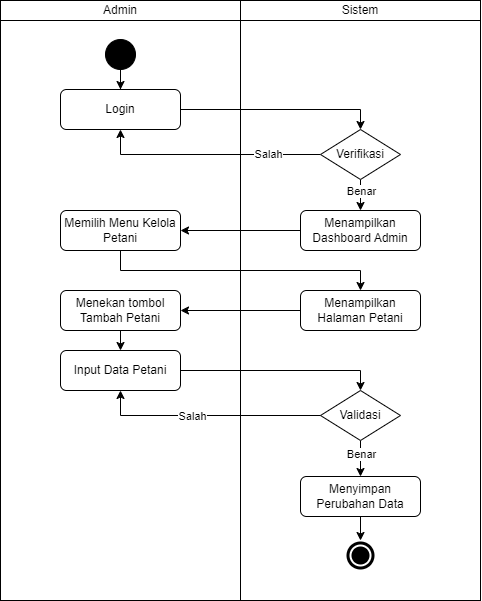
Earlier version of the draw.io export docs/activity-diagram/farmers/create-farmer.drawio.png (mitra-agro-usaha-perkebunan/maup-app-docs). Source tidied: cells renumbered, new cells last; positions are measured from the earlier drawing's top-left corner, leaving out a move shared by most shapes.
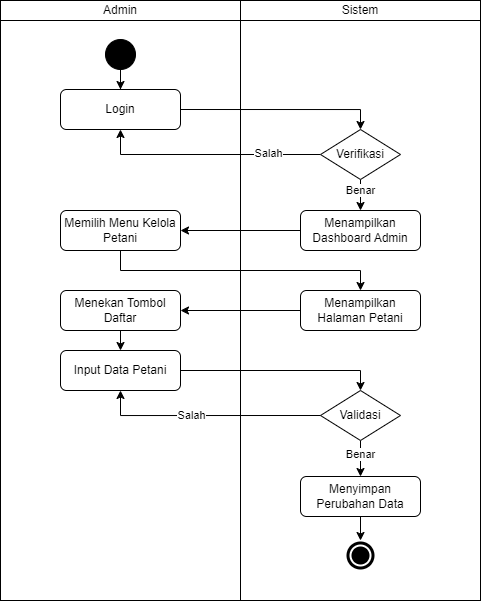
After the change.

Commit message:
docs: create activity diagram famer land

What changed in the source:
```diff
@@ -43,7 +43,7 @@
     <mxCell id="13" value="Menampilkan Dashboard Admin" style="rounded=1;whiteSpace=wrap;html=1;" parent="1" vertex="1">
       <mxGeometry x="300" y="210" width="120" height="40" as="geometry" />
     </mxCell>
-    <mxCell id="14" value="Menekan tombol Tambah Petani" style="rounded=1;whiteSpace=wrap;html=1;" parent="1" vertex="1">
+    <mxCell id="14" value="Menekan Tombol Daftar" style="rounded=1;whiteSpace=wrap;html=1;" parent="1" vertex="1">
       <mxGeometry x="60" y="290" width="120" height="40" as="geometry" />
     </mxCell>
     <mxCell id="15" style="edgeStyle=orthogonalEdgeStyle;rounded=0;jettySize=auto;html=1;" parent="1" edge="1" source="16" target="14">
```
